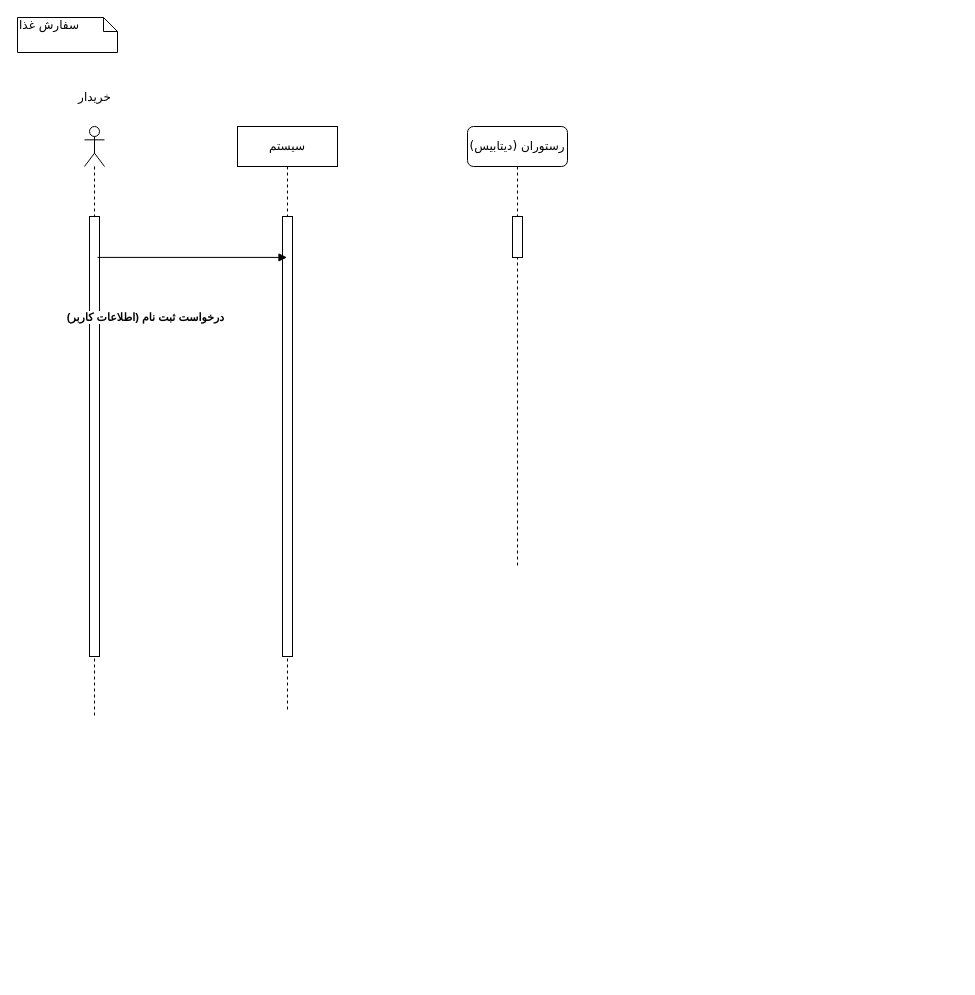
Above: Untitled food_order.drawio in khoramian/TahDig_SoftwareEngineering (draw.io), before the change. Source tidied: cells renumbered, new cells numbered last; positions are measured from the earlier drawing's top-left corner, leaving out a move shared by most shapes. Both pictures are drawn from the tidied source at 100%, with x=0, y=0 at pixel (17, 17).
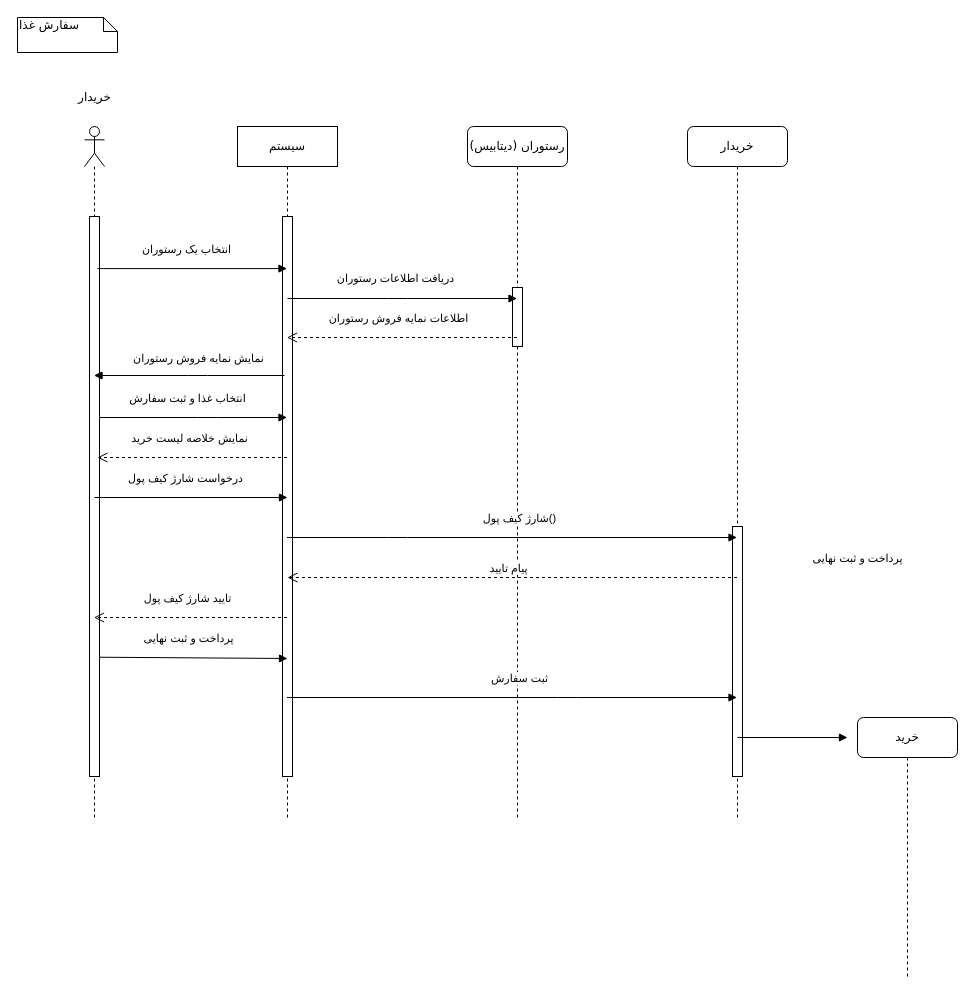
The same page after the edit.

Diff of the diagram source:
```diff
@@
     <mxCell id="3" style="shape=umlLifeline;participant=umlActor;perimeter=lifelinePerimeter;whiteSpace=wrap;html=1;verticalAlign=top;spacingTop=36;outlineConnect=0;" parent="1" vertex="1">
-      <mxGeometry x="67" y="109" width="20" height="590" as="geometry" />
+      <mxGeometry x="67" y="109" width="20" height="691" as="geometry" />
     </mxCell>
     <mxCell id="4" style="html=1;points=[];perimeter=orthogonalPerimeter;rounded=0;shadow=0;comic=0;labelBackgroundColor=none;strokeWidth=1;fontFamily=Verdana;fontSize=12;align=center;" parent="3" vertex="1">
-      <mxGeometry x="5" y="90" width="10" height="440" as="geometry" />
+      <mxGeometry x="5" y="90" width="10" height="560" as="geometry" />
     </mxCell>
@@
     <mxCell id="6" value="سیستم" style="shape=umlLifeline;perimeter=lifelinePerimeter;whiteSpace=wrap;html=1;outlineConnect=0;" parent="1" vertex="1">
-      <mxGeometry x="220" y="109" width="100" height="585" as="geometry" />
+      <mxGeometry x="220" y="109" width="100" height="691" as="geometry" />
     </mxCell>
     <mxCell id="7" style="html=1;perimeter=orthogonalPerimeter;rounded=0;shadow=0;comic=0;labelBackgroundColor=none;strokeWidth=1;fontFamily=Verdana;fontSize=12;align=center;" parent="6" vertex="1">
-      <mxGeometry x="45" y="90" width="10" height="440" as="geometry" />
+      <mxGeometry x="45" y="90" width="10" height="560" as="geometry" />
     </mxCell>
     <mxCell id="8" value="رستوران (دیتابیس)" style="shape=umlLifeline;perimeter=lifelinePerimeter;whiteSpace=wrap;html=1;outlineConnect=0;rounded=1;shadow=0;comic=0;labelBackgroundColor=none;strokeWidth=1;fontFamily=Verdana;fontSize=12;align=center;" parent="1" vertex="1">
-      <mxGeometry x="450" y="109" width="100" height="440" as="geometry" />
+      <mxGeometry x="450" y="109" width="100" height="691" as="geometry" />
     </mxCell>
     <mxCell id="9" style="html=1;perimeter=orthogonalPerimeter;rounded=0;shadow=0;comic=0;labelBackgroundColor=none;strokeWidth=1;fontFamily=Verdana;fontSize=12;align=center;" parent="8" vertex="1">
-      <mxGeometry x="45" y="90" width="10" height="41" as="geometry" />
+      <mxGeometry x="45" y="161" width="10" height="59" as="geometry" />
     </mxCell>
-    <mxCell id="10" value="&lt;b&gt;(درخواست ثبت نام (اطلاعات کاربر&lt;/b&gt;" style="html=1;verticalAlign=bottom;endArrow=block;exitX=0.8;exitY=0.093;exitDx=0;exitDy=0;exitPerimeter=0;" parent="1" edge="1" source="4" target="6">
-      <mxGeometry x="-0.49" y="-69" relative="1" as="geometry" />
+    <mxCell id="10" value="انتخاب یک رستوران" style="html=1;verticalAlign=bottom;endArrow=block;exitX=0.8;exitY=0.093;exitDx=0;exitDy=0;exitPerimeter=0;" parent="1" edge="1" source="4" target="6">
+      <mxGeometry x="-0.05" y="10" relative="1" as="geometry">
+        <mxPoint x="-1" as="offset" />
+      </mxGeometry>
     </mxCell>
+    <mxCell id="11" value="دریافت اطلاعات رستوران" style="html=1;verticalAlign=bottom;endArrow=block;" parent="1" edge="1" target="8">
+      <mxGeometry x="-0.06" y="11" relative="1" as="geometry">
+        <mxPoint x="270" y="281" as="sourcePoint" />
+        <Array as="points">
+          <mxPoint x="380" y="281" />
+        </Array>
+      </mxGeometry>
+    </mxCell>
+    <mxCell id="12" value="اطلاعات نمایه فروش رستوران" style="html=1;verticalAlign=bottom;endArrow=open;dashed=1;endSize=8;" parent="1" edge="1" source="8" target="6">
+      <mxGeometry x="0.04" y="-10" relative="1" as="geometry">
+        <Array as="points">
+          <mxPoint x="420" y="320" />
+          <mxPoint x="380" y="320" />
+        </Array>
+        <mxPoint x="1" as="offset" />
+      </mxGeometry>
+    </mxCell>
+    <mxCell id="13" value="نمایش نمایه فروش رستوران" style="html=1;verticalAlign=bottom;endArrow=block;" parent="1" edge="1" target="3">
+      <mxGeometry x="-0.1" y="-8" relative="1" as="geometry">
+        <mxPoint x="267" y="358" as="sourcePoint" />
+        <Array as="points">
+          <mxPoint x="180" y="358" />
+        </Array>
+      </mxGeometry>
+    </mxCell>
+    <mxCell id="14" value="انتخاب غذا و ثبت سفارش" style="html=1;verticalAlign=bottom;endArrow=block;" parent="1" edge="1" source="4" target="6">
+      <mxGeometry x="-0.06" y="10" relative="1" as="geometry">
+        <Array as="points">
+          <mxPoint x="190" y="400" />
+        </Array>
+      </mxGeometry>
+    </mxCell>
+    <mxCell id="15" value="نمایش خلاصه لیست خرید" style="html=1;verticalAlign=bottom;endArrow=open;dashed=1;endSize=8;" parent="1" edge="1" source="6">
+      <mxGeometry x="0.05" y="-10" relative="1" as="geometry">
+        <mxPoint x="80" y="440" as="targetPoint" />
+        <Array as="points">
+          <mxPoint x="237.8" y="440" />
+          <mxPoint x="197.8" y="440" />
+        </Array>
+        <mxPoint x="1" as="offset" />
+      </mxGeometry>
+    </mxCell>
+    <mxCell id="16" value="خریدار" style="shape=umlLifeline;perimeter=lifelinePerimeter;whiteSpace=wrap;html=1;outlineConnect=0;rounded=1;shadow=0;comic=0;labelBackgroundColor=none;strokeWidth=1;fontFamily=Verdana;fontSize=12;align=center;" parent="1" vertex="1">
+      <mxGeometry x="670" y="109" width="100" height="691" as="geometry" />
+    </mxCell>
+    <mxCell id="17" style="html=1;perimeter=orthogonalPerimeter;rounded=0;shadow=0;comic=0;labelBackgroundColor=none;strokeWidth=1;fontFamily=Verdana;fontSize=12;align=center;" parent="16" vertex="1">
+      <mxGeometry x="45" y="400" width="10" height="250" as="geometry" />
+    </mxCell>
+    <mxCell id="18" value="درخواست شارژ کیف پول" style="html=1;verticalAlign=bottom;endArrow=block;" parent="1" edge="1">
+      <mxGeometry x="-0.05" y="10" relative="1" as="geometry">
+        <mxPoint x="77" y="480" as="sourcePoint" />
+        <mxPoint x="270" y="480" as="targetPoint" />
+        <mxPoint x="-1" as="offset" />
+      </mxGeometry>
+    </mxCell>
+    <mxCell id="19" value="شارژ کیف پول()" style="html=1;verticalAlign=bottom;endArrow=block;" parent="1" edge="1" source="6" target="16">
+      <mxGeometry x="0.03" y="10" relative="1" as="geometry">
+        <Array as="points">
+          <mxPoint x="380" y="520" />
+        </Array>
+      </mxGeometry>
+    </mxCell>
+    <mxCell id="20" value="پیام تایید" style="html=1;verticalAlign=bottom;endArrow=open;dashed=1;endSize=8;" parent="1" edge="1" source="16">
+      <mxGeometry x="0.02" relative="1" as="geometry">
+        <mxPoint x="270" y="560" as="targetPoint" />
+        <Array as="points">
+          <mxPoint x="340" y="560" />
+        </Array>
+      </mxGeometry>
+    </mxCell>
+    <mxCell id="21" value="تایید شارژ کیف پول" style="html=1;verticalAlign=bottom;endArrow=open;dashed=1;endSize=8;" parent="1" edge="1" source="6" target="3">
+      <mxGeometry x="0.05" y="-10" relative="1" as="geometry">
+        <Array as="points">
+          <mxPoint x="148.3" y="600" />
+          <mxPoint x="108.3" y="600" />
+        </Array>
+        <mxPoint x="1" as="offset" />
+      </mxGeometry>
+    </mxCell>
+    <mxCell id="22" value="پرداخت و ثبت نهایی" style="html=1;verticalAlign=bottom;endArrow=block;exitX=0.967;exitY=0.787;exitDx=0;exitDy=0;exitPerimeter=0;" parent="1" edge="1" source="4">
+      <mxGeometry x="-0.06" y="10" relative="1" as="geometry">
+        <mxPoint x="270" y="641" as="targetPoint" />
+      </mxGeometry>
+    </mxCell>
+    <mxCell id="23" value="ثبت سفارش" style="html=1;verticalAlign=bottom;endArrow=block;" parent="1" edge="1" source="6" target="16">
+      <mxGeometry x="0.03" y="10" relative="1" as="geometry">
+        <Array as="points">
+          <mxPoint x="550" y="680" />
+        </Array>
+      </mxGeometry>
+    </mxCell>
+    <mxCell id="24" value="خرید" style="shape=umlLifeline;perimeter=lifelinePerimeter;whiteSpace=wrap;html=1;rounded=1;shadow=0;comic=0;labelBackgroundColor=none;strokeWidth=1;fontFamily=Verdana;fontSize=12;align=center;" parent="1" vertex="1">
+      <mxGeometry x="840" y="700" width="100" height="260" as="geometry" />
+    </mxCell>
+    <mxCell id="25" value="پرداخت و ثبت نهایی" style="html=1;verticalAlign=bottom;endArrow=block;" parent="1" edge="1">
+      <mxGeometry x="1" y="170" relative="1" as="geometry">
+        <mxPoint x="720" y="720" as="sourcePoint" />
+        <mxPoint x="830" y="720" as="targetPoint" />
+        <mxPoint x="10" as="offset" />
+      </mxGeometry>
+    </mxCell>
```
